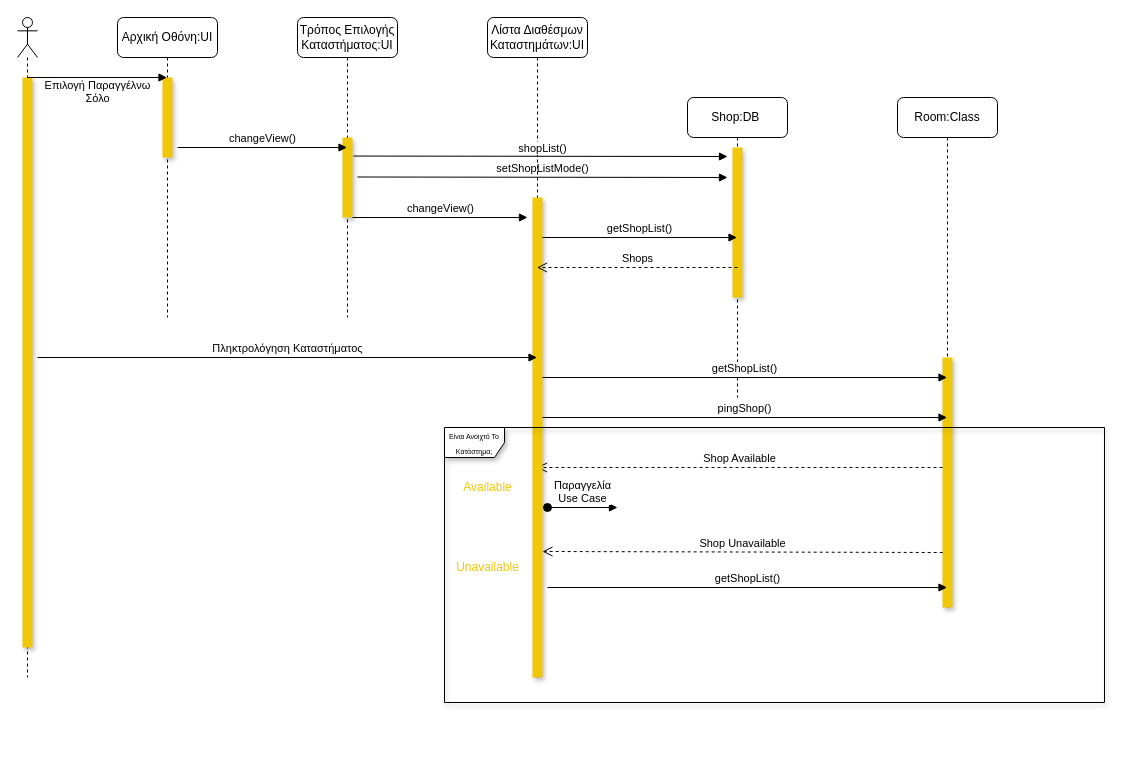
The draw.io diagram docs/contributions/Kout-ou/Phase 5/Use Case Solo Shop Decided/ivedecided_seq.drawio in iloudaros/nomnomr, before the edit. Source tidied: cells renumbered, new cells numbered last; positions are measured from the earlier drawing's top-left corner, leaving out a move shared by most shapes. Both pictures are drawn from the tidied source at 100%, with x=0, y=0 at pixel (17, 17).
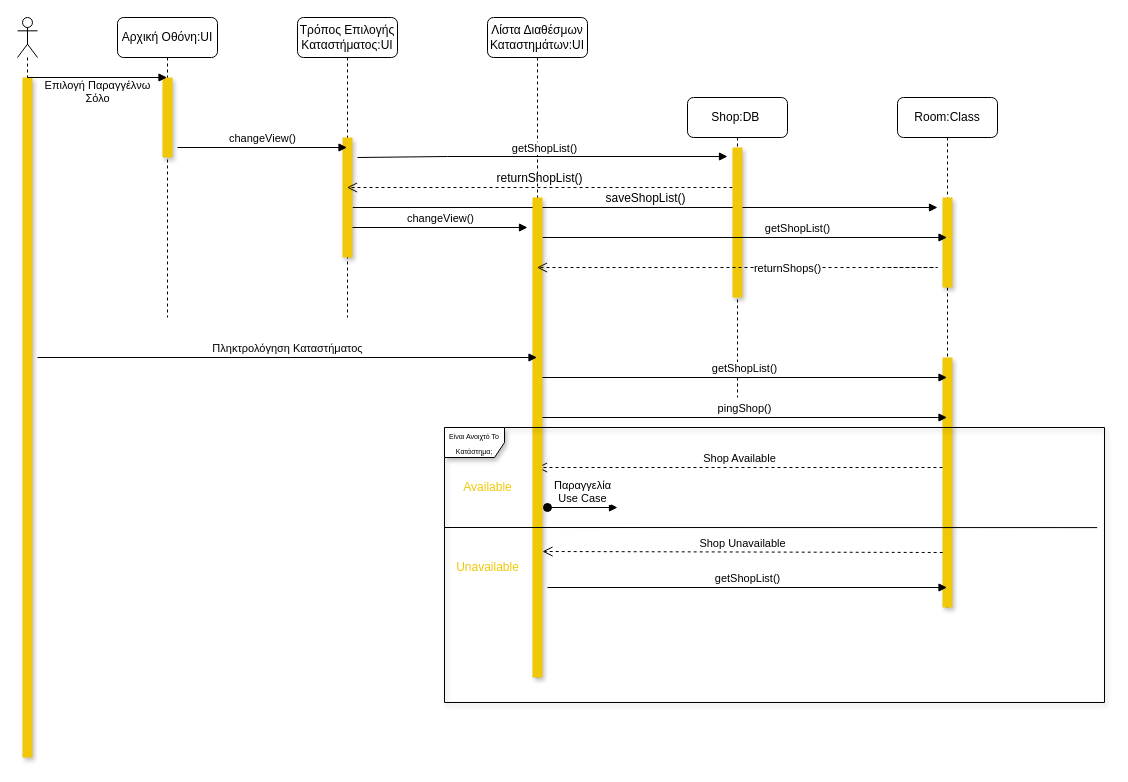
The same diagram, later.

Commit message:
Updated I've Decided Sequence

Unchanged cells that the change refers to:
```xml
<mxCell id="4" value="Τρόπος Επιλογής Καταστήματος:UI" style="shape=umlLifeline;perimeter=lifelinePerimeter;whiteSpace=wrap;html=1;outlineConnect=0;rounded=1;" parent="1" vertex="1">
  <mxGeometry x="280" width="100" height="300" as="geometry" />
</mxCell>
<mxCell id="8" value="Room:Class" style="shape=umlLifeline;perimeter=lifelinePerimeter;whiteSpace=wrap;html=1;outlineConnect=0;rounded=1;" parent="1" vertex="1">
  <mxGeometry x="880" y="80" width="100" height="510" as="geometry" />
</mxCell>
<mxCell id="11" value="Shop:DB&amp;nbsp;" style="shape=umlLifeline;perimeter=lifelinePerimeter;whiteSpace=wrap;html=1;outlineConnect=0;rounded=1;" parent="1" vertex="1">
  <mxGeometry x="670" y="80" width="100" height="300" as="geometry" />
</mxCell>
<mxCell id="13" value="Λίστα Διαθέσμων Καταστημάτων:UI" style="shape=umlLifeline;perimeter=lifelinePerimeter;whiteSpace=wrap;html=1;outlineConnect=0;rounded=1;" parent="1" vertex="1">
  <mxGeometry x="470" width="100" height="660" as="geometry" />
</mxCell>
<mxCell id="28" value="&lt;font style=&quot;font-size: 7px;&quot;&gt;Είναι Ανοιχτό Το Κατάστημα;&lt;/font&gt;" style="shape=umlFrame;whiteSpace=wrap;html=1;shadow=1;fillColor=#FFFFFF;" parent="1" vertex="1">
  <mxGeometry x="427" y="410" width="660" height="275" as="geometry" />
</mxCell>
```

What changed in the source:
```diff
@@
+    <mxCell id="31" value="saveShopList()" style="html=1;verticalAlign=bottom;endArrow=block;rounded=0;fontSize=12;fontColor=#000000;" parent="4" edge="1">
+      <mxGeometry relative="1" as="geometry">
+        <mxPoint x="55" y="190" as="sourcePoint" />
+        <mxPoint x="640" y="190" as="targetPoint" />
+      </mxGeometry>
+    </mxCell>
     <mxCell id="5" style="html=1;points=[];perimeter=orthogonalPerimeter;rounded=0;shadow=1;fillColor=#F0C808;strokeColor=none;" parent="4" vertex="1">
-      <mxGeometry x="45" y="120" width="10" height="80" as="geometry" />
+      <mxGeometry x="45" y="120" width="10" height="120" as="geometry" />
     </mxCell>
     <mxCell id="6" value="changeView()" style="html=1;verticalAlign=bottom;endArrow=block;rounded=0;" parent="4" edge="1">
       <mxGeometry relative="1" as="geometry">
-        <mxPoint x="55" y="200" as="sourcePoint" />
-        <mxPoint x="230" y="200" as="targetPoint" />
+        <mxPoint x="55" y="210" as="sourcePoint" />
+        <mxPoint x="230" y="210" as="targetPoint" />
       </mxGeometry>
     </mxCell>
-    <mxCell id="7" value="setShopListMode()" style="html=1;verticalAlign=bottom;endArrow=block;rounded=0;" parent="4" edge="1">
-      <mxGeometry relative="1" as="geometry">
-        <mxPoint x="60" y="159.5" as="sourcePoint" />
-        <mxPoint x="430" y="160" as="targetPoint" />
-      </mxGeometry>
-    </mxCell>
@@
+    <mxCell id="32" style="html=1;perimeter=orthogonalPerimeter;shadow=1;fontSize=12;fontColor=#000000;fillColor=#F0C808;strokeColor=none;" parent="8" vertex="1">
+      <mxGeometry x="45" y="100" width="10" height="90" as="geometry" />
+    </mxCell>
@@
+    <mxCell id="33" value="&lt;font color=&quot;#000000&quot;&gt;returnShopList()&lt;/font&gt;" style="html=1;verticalAlign=bottom;endArrow=open;dashed=1;endSize=8;rounded=0;fontSize=12;fontColor=#F0C808;" parent="11" edge="1" target="4">
+      <mxGeometry relative="1" as="geometry">
+        <mxPoint x="45" y="90" as="sourcePoint" />
+      </mxGeometry>
+    </mxCell>
@@
+    <mxCell id="15" value="getShopList()" style="html=1;verticalAlign=bottom;endArrow=block;rounded=0;" parent="13" edge="1" target="8">
+      <mxGeometry x="0.26" relative="1" as="geometry">
+        <mxPoint x="55" y="220" as="sourcePoint" />
+      </mxGeometry>
+    </mxCell>
@@
-    <mxCell id="15" value="getShopList()" style="html=1;verticalAlign=bottom;endArrow=block;rounded=0;" parent="13" edge="1" target="11">
-      <mxGeometry relative="1" as="geometry">
-        <mxPoint x="55" y="220" as="sourcePoint" />
-      </mxGeometry>
-    </mxCell>
@@
     <mxCell id="19" style="shape=umlLifeline;participant=umlActor;perimeter=lifelinePerimeter;whiteSpace=wrap;html=1;verticalAlign=top;spacingTop=36;rounded=1;" parent="1" vertex="1">
-      <mxGeometry width="20" height="660" as="geometry" />
+      <mxGeometry width="20" height="740" as="geometry" />
     </mxCell>
     <mxCell id="20" style="html=1;perimeter=orthogonalPerimeter;rounded=0;fillColor=#F0C808;strokeColor=none;shadow=1;" parent="19" vertex="1">
-      <mxGeometry x="5" y="60" width="10" height="570" as="geometry" />
+      <mxGeometry x="5" y="60" width="10" height="680" as="geometry" />
     </mxCell>
@@
-    <mxCell id="24" value="shopList()" style="html=1;verticalAlign=bottom;endArrow=block;rounded=0;exitX=1.1;exitY=0.232;exitDx=0;exitDy=0;exitPerimeter=0;" parent="1" edge="1" source="5">
+    <mxCell id="24" value="getShopList()" style="html=1;verticalAlign=bottom;endArrow=block;rounded=0;" parent="1" edge="1">
       <mxGeometry x="0.01" relative="1" as="geometry">
+        <mxPoint x="340" y="140" as="sourcePoint" />
         <mxPoint x="710" y="139" as="targetPoint" />
+        <Array as="points">
+          <mxPoint x="430" y="139" />
+        </Array>
         <mxPoint y="1" as="offset" />
       </mxGeometry>
     </mxCell>
@@
-    <mxCell id="26" value="Shops" style="html=1;verticalAlign=bottom;endArrow=open;dashed=1;endSize=8;rounded=0;" parent="1" edge="1" target="13">
-      <mxGeometry relative="1" as="geometry">
-        <mxPoint x="720" y="250" as="sourcePoint" />
+    <mxCell id="26" value="returnShops()" style="html=1;verticalAlign=bottom;endArrow=open;dashed=1;endSize=8;rounded=0;" parent="1" edge="1" target="13">
+      <mxGeometry x="-0.11" y="10" relative="1" as="geometry">
+        <mxPoint x="870" y="250" as="sourcePoint" />
+        <Array as="points">
+          <mxPoint x="920" y="250" />
+        </Array>
       </mxGeometry>
     </mxCell>
@@
+    <mxCell id="34" style="endArrow=none;html=1;rounded=0;fontSize=12;fontColor=#000000;entryX=0.989;entryY=0.364;entryDx=0;entryDy=0;entryPerimeter=0;" parent="1" edge="1" target="28">
+      <mxGeometry relative="1" as="geometry">
+        <mxPoint x="427" y="510" as="sourcePoint" />
+      </mxGeometry>
+    </mxCell>
```
